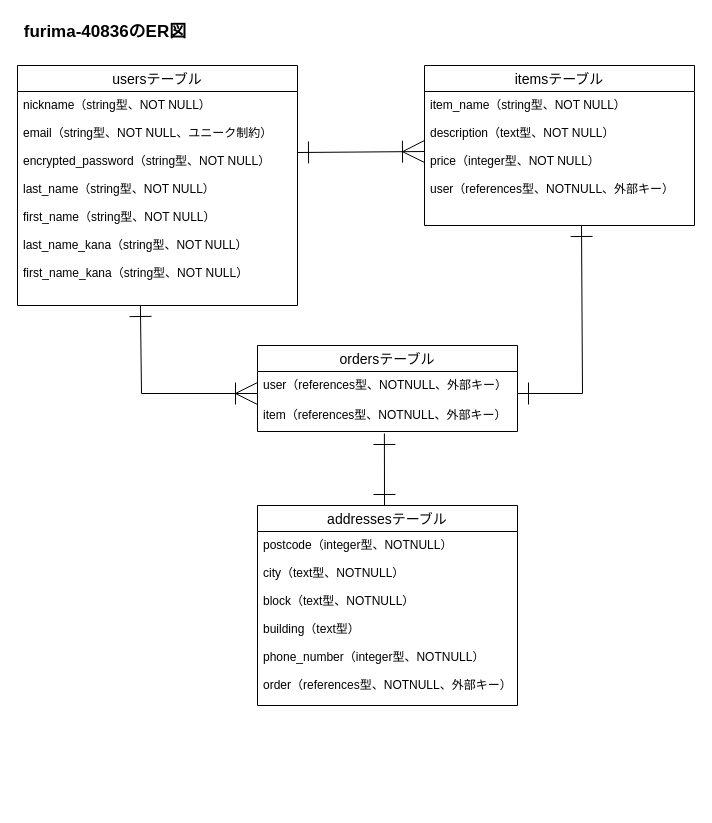
freejog/furima-40836 keeps this draw.io diagram as app/views/test.dio. Above is the earlier version. Source tidied: cells renumbered, new cells numbered last; positions are measured from the earlier drawing's top-left corner, leaving out a move shared by most shapes. Both pictures are drawn from the tidied source at 100%, with x=0, y=0 at pixel (17, 17).
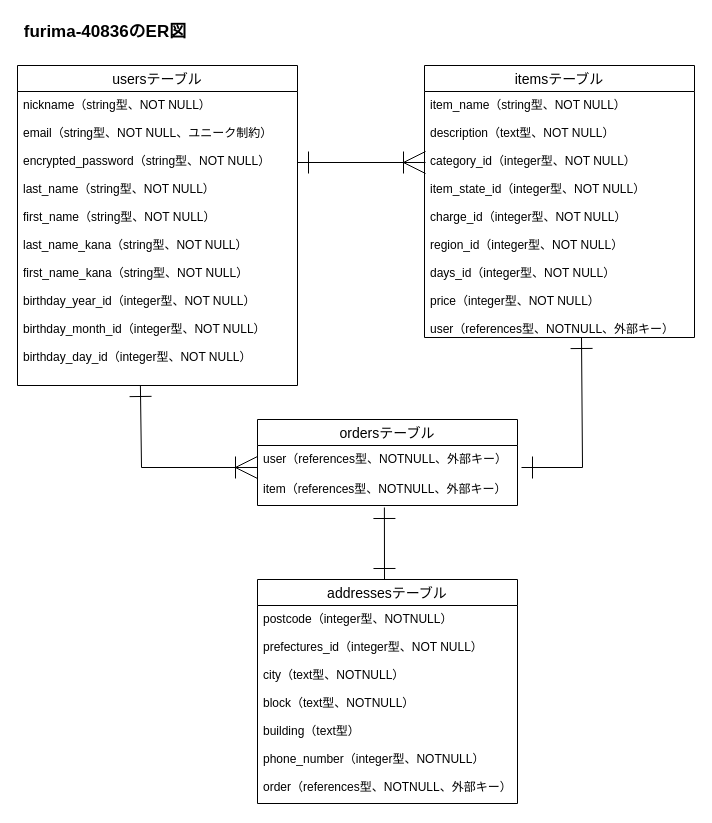
After the change.

Commit message (it also covers changes not shown here):
ER図とREADMEの修正

Unchanged cells that the change refers to:
```xml
<mxCell id="7" value="user（references型、NOTNULL、外部キー）" style="text;strokeColor=none;fillColor=none;spacingLeft=4;spacingRight=4;overflow=hidden;points=[[0,0.5],[1,0.5]];portConstraint=eastwest;fontSize=12;" parent="6" vertex="1">
  <mxGeometry y="26" width="260" height="30" as="geometry" />
</mxCell>
```

The edit, as a diff of the source:
```diff
@@
     <mxCell id="2" value="usersテーブル" style="swimlane;fontStyle=0;horizontal=1;startSize=26;align=center;fontSize=14;" parent="1" vertex="1">
-      <mxGeometry y="48" width="280" height="240" as="geometry" />
+      <mxGeometry y="48" width="280" height="320" as="geometry" />
     </mxCell>
-    <mxCell id="3" value="nickname（string型、NOT NULL）&#10;&#10;email（string型、NOT NULL、ユニーク制約）&#10;&#10;encrypted_password（string型、NOT NULL）&#10;&#10;last_name（string型、NOT NULL）&#10;&#10;first_name（string型、NOT NULL）&#10;&#10;last_name_kana（string型、NOT NULL）&#10;&#10;first_name_kana（string型、NOT NULL）" style="text;strokeColor=none;fillColor=none;spacingLeft=4;spacingRight=4;overflow=hidden;points=[[0,0.5],[1,0.5]];portConstraint=eastwest;fontSize=12;" parent="2" vertex="1">
-      <mxGeometry y="26" width="280" height="214" as="geometry" />
+    <mxCell id="3" value="nickname（string型、NOT NULL）&#10;&#10;email（string型、NOT NULL、ユニーク制約）&#10;&#10;encrypted_password（string型、NOT NULL）&#10;&#10;last_name（string型、NOT NULL）&#10;&#10;first_name（string型、NOT NULL）&#10;&#10;last_name_kana（string型、NOT NULL）&#10;&#10;first_name_kana（string型、NOT NULL）&#10;&#10;birthday_year_id（integer型、NOT NULL）&#10;&#10;birthday_month_id（integer型、NOT NULL）&#10;&#10;birthday_day_id（integer型、NOT NULL）" style="text;strokeColor=none;fillColor=none;spacingLeft=4;spacingRight=4;overflow=hidden;points=[[0,0.5],[1,0.5]];portConstraint=eastwest;fontSize=12;" parent="2" vertex="1">
+      <mxGeometry y="26" width="280" height="294" as="geometry" />
     </mxCell>
     <mxCell id="4" value="itemsテーブル" style="swimlane;fontStyle=0;horizontal=1;startSize=26;align=center;fontSize=14;" parent="1" vertex="1">
-      <mxGeometry x="407" y="48" width="270" height="160" as="geometry" />
+      <mxGeometry x="407" y="48" width="270" height="272" as="geometry" />
     </mxCell>
-    <mxCell id="5" value="item_name（string型、NOT NULL）&#10;&#10;description（text型、NOT NULL）&#10;&#10;price（integer型、NOT NULL）&#10;&#10;user（references型、NOTNULL、外部キー）" style="text;strokeColor=none;fillColor=none;spacingLeft=4;spacingRight=4;overflow=hidden;points=[[0,0.5],[1,0.5]];portConstraint=eastwest;fontSize=12;" parent="4" vertex="1">
-      <mxGeometry y="26" width="270" height="134" as="geometry" />
+    <mxCell id="5" value="item_name（string型、NOT NULL）&#10;&#10;description（text型、NOT NULL）&#10;&#10;category_id（integer型、NOT NULL）&#10;&#10;item_state_id（integer型、NOT NULL）&#10;&#10;charge_id（integer型、NOT NULL）&#10;&#10;region_id（integer型、NOT NULL）&#10;&#10;days_id（integer型、NOT NULL）&#10;&#10;price（integer型、NOT NULL）&#10;&#10;user（references型、NOTNULL、外部キー）" style="text;strokeColor=none;fillColor=none;spacingLeft=4;spacingRight=4;overflow=hidden;points=[[0,0.5],[1,0.5]];portConstraint=eastwest;fontSize=12;" parent="4" vertex="1">
+      <mxGeometry y="26" width="270" height="246" as="geometry" />
     </mxCell>
     <mxCell id="6" value="ordersテーブル" style="swimlane;fontStyle=0;horizontal=1;startSize=26;align=center;fontSize=14;" parent="1" vertex="1">
-      <mxGeometry x="240" y="328" width="260" height="86" as="geometry" />
+      <mxGeometry x="240" y="402" width="260" height="86" as="geometry" />
     </mxCell>
@@
     <mxCell id="9" value="addressesテーブル" style="swimlane;fontStyle=0;horizontal=1;startSize=26;align=center;fontSize=14;" parent="1" vertex="1">
-      <mxGeometry x="240" y="488" width="260" height="200" as="geometry" />
+      <mxGeometry x="240" y="562" width="260" height="224" as="geometry" />
     </mxCell>
-    <mxCell id="10" value="postcode（integer型、NOTNULL）&#10;&#10;city（text型、NOTNULL）&#10;&#10;block（text型、NOTNULL）&#10;&#10;building（text型）&#10;&#10;phone_number（integer型、NOTNULL）&#10;&#10;order（references型、NOTNULL、外部キー）" style="text;strokeColor=none;fillColor=none;spacingLeft=4;spacingRight=4;overflow=hidden;fontSize=12;fontStyle=0;" parent="9" vertex="1">
-      <mxGeometry y="26" width="260" height="174" as="geometry" />
+    <mxCell id="10" value="postcode（integer型、NOTNULL）&#10;&#10;prefectures_id（integer型、NOT NULL）&#10;&#10;city（text型、NOTNULL）&#10;&#10;block（text型、NOTNULL）&#10;&#10;building（text型）&#10;&#10;phone_number（integer型、NOTNULL）&#10;&#10;order（references型、NOTNULL、外部キー）" style="text;strokeColor=none;fillColor=none;spacingLeft=4;spacingRight=4;overflow=hidden;fontSize=12;fontStyle=0;" parent="9" vertex="1">
+      <mxGeometry y="26" width="260" height="198" as="geometry" />
     </mxCell>
-    <mxCell id="11" style="edgeStyle=none;html=1;exitX=1;exitY=0.5;exitDx=0;exitDy=0;startArrow=ERone;startFill=0;endArrow=ERoneToMany;endFill=0;targetPerimeterSpacing=0;endSize=20;startSize=20;entryX=0;entryY=0.448;entryDx=0;entryDy=0;entryPerimeter=0;" parent="1" edge="1" target="5">
+    <mxCell id="11" style="edgeStyle=none;html=1;exitX=1;exitY=0.5;exitDx=0;exitDy=0;startArrow=ERone;startFill=0;endArrow=ERoneToMany;endFill=0;targetPerimeterSpacing=0;endSize=20;startSize=20;" parent="1" edge="1">
       <mxGeometry relative="1" as="geometry">
-        <mxPoint x="280" y="135" as="sourcePoint" />
+        <mxPoint x="280" y="145" as="sourcePoint" />
+        <mxPoint x="408" y="145" as="targetPoint" />
       </mxGeometry>
     </mxCell>
-    <mxCell id="12" style="edgeStyle=none;html=1;startArrow=ERone;startFill=0;endArrow=ERoneToMany;endFill=0;targetPerimeterSpacing=0;endSize=20;startSize=20;entryX=0;entryY=0.448;entryDx=0;entryDy=0;entryPerimeter=0;exitX=0.439;exitY=1;exitDx=0;exitDy=0;exitPerimeter=0;rounded=0;" parent="1" edge="1" source="3">
+    <mxCell id="12" style="edgeStyle=none;html=1;startArrow=ERone;startFill=0;endArrow=ERoneToMany;endFill=0;targetPerimeterSpacing=0;endSize=20;startSize=20;exitX=0.439;exitY=1;exitDx=0;exitDy=0;exitPerimeter=0;rounded=0;entryX=0;entryY=0.733;entryDx=0;entryDy=0;entryPerimeter=0;" parent="1" edge="1" source="3" target="7">
       <mxGeometry relative="1" as="geometry">
-        <mxPoint x="240" y="376" as="targetPoint" />
         <Array as="points">
-          <mxPoint x="124" y="376" />
+          <mxPoint x="124" y="450" />
         </Array>
       </mxGeometry>
     </mxCell>
     <mxCell id="13" style="edgeStyle=none;html=1;startArrow=ERone;startFill=0;endArrow=ERone;endFill=0;targetPerimeterSpacing=0;endSize=20;startSize=20;exitX=0.439;exitY=1;exitDx=0;exitDy=0;exitPerimeter=0;rounded=0;" parent="1" edge="1">
       <mxGeometry relative="1" as="geometry">
-        <mxPoint x="564" y="208" as="sourcePoint" />
-        <mxPoint x="500" y="376" as="targetPoint" />
+        <mxPoint x="564" y="320" as="sourcePoint" />
+        <mxPoint x="504" y="450" as="targetPoint" />
         <Array as="points">
-          <mxPoint x="565" y="376" />
+          <mxPoint x="565" y="450" />
         </Array>
       </mxGeometry>
     </mxCell>
     <mxCell id="14" style="edgeStyle=none;html=1;exitX=0.488;exitY=1.067;exitDx=0;exitDy=0;startArrow=ERone;startFill=0;endArrow=ERone;endFill=0;targetPerimeterSpacing=0;endSize=20;startSize=20;exitPerimeter=0;" parent="1" edge="1">
       <mxGeometry relative="1" as="geometry">
-        <mxPoint x="366.9" y="416" as="sourcePoint" />
-        <mxPoint x="367" y="488" as="targetPoint" />
+        <mxPoint x="366.9" y="490" as="sourcePoint" />
+        <mxPoint x="367" y="562" as="targetPoint" />
       </mxGeometry>
     </mxCell>
```
